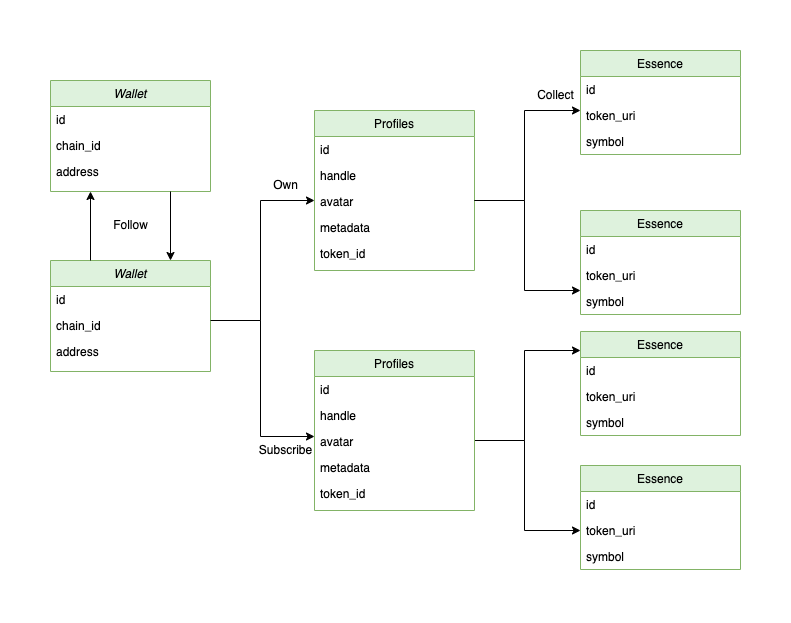
Earlier version of the draw.io export static/img/v2/query_schema.png (cyberconnecthq/cyberconnect-docs-v2). Source tidied: cells renumbered, new cells last; positions are measured from the earlier drawing's top-left corner, leaving out a move shared by most shapes. The source it was exported from:
```xml
<mxGraphModel>
  <root>
    <mxCell id="0" />
    <mxCell id="1" parent="0" />
    <mxCell id="2" style="edgeStyle=orthogonalEdgeStyle;rounded=0;jettySize=auto;html=1;entryX=0;entryY=0.5;entryDx=0;entryDy=0;" parent="1" edge="1" source="3">
      <mxGeometry relative="1" as="geometry">
        <mxPoint x="264" y="386" as="targetPoint" />
        <Array as="points">
          <mxPoint x="210" y="270" />
          <mxPoint x="210" y="386" />
        </Array>
      </mxGeometry>
    </mxCell>
    <mxCell id="3" value="Wallet" style="swimlane;fontStyle=2;align=center;verticalAlign=top;horizontal=1;startSize=26;rounded=0;shadow=0;strokeWidth=1;fillColor=#DEF2DD;strokeColor=#82b366;" parent="1" vertex="1">
      <mxGeometry y="210" width="160" height="111" as="geometry" />
    </mxCell>
    <mxCell id="4" value="id" style="text;align=left;verticalAlign=top;spacingLeft=4;spacingRight=4;overflow=hidden;" parent="3" vertex="1">
      <mxGeometry y="26" width="160" height="26" as="geometry" />
    </mxCell>
    <mxCell id="5" value="chain_id" style="text;align=left;verticalAlign=top;spacingLeft=4;spacingRight=4;overflow=hidden;rounded=0;shadow=0;html=0;" parent="3" vertex="1">
      <mxGeometry y="52" width="160" height="26" as="geometry" />
    </mxCell>
    <mxCell id="6" value="address" style="text;align=left;verticalAlign=top;spacingLeft=4;spacingRight=4;overflow=hidden;rounded=0;shadow=0;html=0;" parent="3" vertex="1">
      <mxGeometry y="78" width="160" height="26" as="geometry" />
    </mxCell>
    <mxCell id="7" value="Profiles" style="swimlane;fontStyle=0;align=center;verticalAlign=top;horizontal=1;startSize=26;rounded=0;shadow=0;strokeWidth=1;fillColor=#DEF2DD;strokeColor=#82b366;" parent="1" vertex="1">
      <mxGeometry x="264" y="60" width="160" height="160" as="geometry" />
    </mxCell>
    <mxCell id="8" value="id" style="text;align=left;verticalAlign=top;spacingLeft=4;spacingRight=4;overflow=hidden;" parent="7" vertex="1">
      <mxGeometry y="26" width="160" height="26" as="geometry" />
    </mxCell>
    <mxCell id="9" value="handle" style="text;align=left;verticalAlign=top;spacingLeft=4;spacingRight=4;overflow=hidden;rounded=0;shadow=0;html=0;" parent="7" vertex="1">
      <mxGeometry y="52" width="160" height="26" as="geometry" />
    </mxCell>
    <mxCell id="10" value="avatar" style="text;align=left;verticalAlign=top;spacingLeft=4;spacingRight=4;overflow=hidden;points=[[0,0.5],[1,0.5]];portConstraint=eastwest;rounded=0;shadow=0;html=0;" parent="7" vertex="1">
      <mxGeometry y="78" width="160" height="26" as="geometry" />
    </mxCell>
    <mxCell id="11" value="metadata" style="text;align=left;verticalAlign=top;spacingLeft=4;spacingRight=4;overflow=hidden;rounded=0;shadow=0;html=0;" parent="7" vertex="1">
      <mxGeometry y="104" width="160" height="26" as="geometry" />
    </mxCell>
    <mxCell id="12" value="token_id" style="text;align=left;verticalAlign=top;spacingLeft=4;spacingRight=4;overflow=hidden;rounded=0;shadow=0;html=0;" parent="7" vertex="1">
      <mxGeometry y="130" width="160" height="26" as="geometry" />
    </mxCell>
    <mxCell id="13" value="Own" style="text;html=1;align=center;verticalAlign=middle;strokeColor=none;fillColor=none;" parent="1" vertex="1">
      <mxGeometry x="210" y="120" width="50" height="30" as="geometry" />
    </mxCell>
    <mxCell id="14" value="Subscribe" style="text;html=1;align=center;verticalAlign=middle;strokeColor=none;fillColor=none;" parent="1" vertex="1">
      <mxGeometry x="195" y="385" width="80" height="30" as="geometry" />
    </mxCell>
    <mxCell id="15" style="edgeStyle=orthogonalEdgeStyle;rounded=0;orthogonalLoop=1;jettySize=auto;html=1;" parent="1" edge="1">
      <mxGeometry relative="1" as="geometry">
        <mxPoint x="424" y="150" as="sourcePoint" />
        <mxPoint x="530" y="60" as="targetPoint" />
        <Array as="points">
          <mxPoint x="474" y="150" />
          <mxPoint x="474" y="60" />
          <mxPoint x="528" y="60" />
        </Array>
      </mxGeometry>
    </mxCell>
    <mxCell id="16" style="edgeStyle=orthogonalEdgeStyle;rounded=0;orthogonalLoop=1;jettySize=auto;html=1;" parent="1" edge="1">
      <mxGeometry relative="1" as="geometry">
        <mxPoint x="424" y="150" as="sourcePoint" />
        <mxPoint x="530" y="240" as="targetPoint" />
        <Array as="points">
          <mxPoint x="474" y="150" />
          <mxPoint x="474" y="240" />
          <mxPoint x="530" y="240" />
        </Array>
      </mxGeometry>
    </mxCell>
    <mxCell id="17" style="edgeStyle=orthogonalEdgeStyle;rounded=0;orthogonalLoop=1;jettySize=auto;html=1;" parent="1" edge="1">
      <mxGeometry relative="1" as="geometry">
        <mxPoint x="424" y="390" as="sourcePoint" />
        <mxPoint x="530" y="480" as="targetPoint" />
        <Array as="points">
          <mxPoint x="474" y="390" />
          <mxPoint x="474" y="480" />
          <mxPoint x="530" y="480" />
        </Array>
      </mxGeometry>
    </mxCell>
    <mxCell id="18" style="edgeStyle=orthogonalEdgeStyle;rounded=0;orthogonalLoop=1;jettySize=auto;html=1;" parent="1" edge="1">
      <mxGeometry relative="1" as="geometry">
        <mxPoint x="424" y="390" as="sourcePoint" />
        <mxPoint x="530" y="300" as="targetPoint" />
        <Array as="points">
          <mxPoint x="474" y="390" />
          <mxPoint x="474" y="300" />
          <mxPoint x="528" y="300" />
        </Array>
      </mxGeometry>
    </mxCell>
    <mxCell id="19" value="Essence" style="swimlane;fontStyle=0;align=center;verticalAlign=top;horizontal=1;startSize=26;rounded=0;shadow=0;strokeWidth=1;fillColor=#DEF2DD;strokeColor=#82b366;" parent="1" vertex="1">
      <mxGeometry x="530" width="160" height="104" as="geometry" />
    </mxCell>
    <mxCell id="20" value="id" style="text;align=left;verticalAlign=top;spacingLeft=4;spacingRight=4;overflow=hidden;" parent="19" vertex="1">
      <mxGeometry y="26" width="160" height="26" as="geometry" />
    </mxCell>
    <mxCell id="21" value="token_uri" style="text;align=left;verticalAlign=top;spacingLeft=4;spacingRight=4;overflow=hidden;rounded=0;shadow=0;html=0;" parent="19" vertex="1">
      <mxGeometry y="52" width="160" height="26" as="geometry" />
    </mxCell>
    <mxCell id="22" value="symbol" style="text;align=left;verticalAlign=top;spacingLeft=4;spacingRight=4;overflow=hidden;rounded=0;shadow=0;html=0;" parent="19" vertex="1">
      <mxGeometry y="78" width="160" height="26" as="geometry" />
    </mxCell>
    <mxCell id="23" style="edgeStyle=orthogonalEdgeStyle;rounded=0;jettySize=auto;html=1;" parent="1" edge="1" target="10">
      <mxGeometry relative="1" as="geometry">
        <mxPoint x="160" y="270" as="sourcePoint" />
        <Array as="points">
          <mxPoint x="210" y="270" />
          <mxPoint x="210" y="150" />
        </Array>
      </mxGeometry>
    </mxCell>
    <mxCell id="24" value="Profiles" style="swimlane;fontStyle=0;align=center;verticalAlign=top;horizontal=1;startSize=26;rounded=0;shadow=0;strokeWidth=1;fillColor=#DEF2DD;strokeColor=#82b366;" parent="1" vertex="1">
      <mxGeometry x="264" y="300" width="160" height="160" as="geometry" />
    </mxCell>
    <mxCell id="25" value="id" style="text;align=left;verticalAlign=top;spacingLeft=4;spacingRight=4;overflow=hidden;" parent="24" vertex="1">
      <mxGeometry y="26" width="160" height="26" as="geometry" />
    </mxCell>
    <mxCell id="26" value="handle" style="text;align=left;verticalAlign=top;spacingLeft=4;spacingRight=4;overflow=hidden;rounded=0;shadow=0;html=0;" parent="24" vertex="1">
      <mxGeometry y="52" width="160" height="26" as="geometry" />
    </mxCell>
    <mxCell id="27" value="avatar" style="text;align=left;verticalAlign=top;spacingLeft=4;spacingRight=4;overflow=hidden;rounded=0;shadow=0;html=0;" parent="24" vertex="1">
      <mxGeometry y="78" width="160" height="26" as="geometry" />
    </mxCell>
    <mxCell id="28" value="metadata" style="text;align=left;verticalAlign=top;spacingLeft=4;spacingRight=4;overflow=hidden;rounded=0;shadow=0;html=0;" parent="24" vertex="1">
      <mxGeometry y="104" width="160" height="26" as="geometry" />
    </mxCell>
    <mxCell id="29" value="token_id" style="text;align=left;verticalAlign=top;spacingLeft=4;spacingRight=4;overflow=hidden;rounded=0;shadow=0;html=0;" parent="24" vertex="1">
      <mxGeometry y="130" width="160" height="26" as="geometry" />
    </mxCell>
    <mxCell id="30" value="Essence" style="swimlane;fontStyle=0;align=center;verticalAlign=top;horizontal=1;startSize=26;rounded=0;shadow=0;strokeWidth=1;fillColor=#DEF2DD;strokeColor=#82b366;" parent="1" vertex="1">
      <mxGeometry x="530" y="160" width="160" height="104" as="geometry" />
    </mxCell>
    <mxCell id="31" value="id" style="text;align=left;verticalAlign=top;spacingLeft=4;spacingRight=4;overflow=hidden;" parent="30" vertex="1">
      <mxGeometry y="26" width="160" height="26" as="geometry" />
    </mxCell>
    <mxCell id="32" value="token_uri" style="text;align=left;verticalAlign=top;spacingLeft=4;spacingRight=4;overflow=hidden;rounded=0;shadow=0;html=0;" parent="30" vertex="1">
      <mxGeometry y="52" width="160" height="26" as="geometry" />
    </mxCell>
    <mxCell id="33" value="symbol" style="text;align=left;verticalAlign=top;spacingLeft=4;spacingRight=4;overflow=hidden;rounded=0;shadow=0;html=0;" parent="30" vertex="1">
      <mxGeometry y="78" width="160" height="26" as="geometry" />
    </mxCell>
    <mxCell id="34" value="Essence" style="swimlane;fontStyle=0;align=center;verticalAlign=top;horizontal=1;startSize=26;rounded=0;shadow=0;strokeWidth=1;fillColor=#DEF2DD;strokeColor=#82b366;" parent="1" vertex="1">
      <mxGeometry x="530" y="281" width="160" height="104" as="geometry" />
    </mxCell>
    <mxCell id="35" value="id" style="text;align=left;verticalAlign=top;spacingLeft=4;spacingRight=4;overflow=hidden;" parent="34" vertex="1">
      <mxGeometry y="26" width="160" height="26" as="geometry" />
    </mxCell>
    <mxCell id="36" value="token_uri" style="text;align=left;verticalAlign=top;spacingLeft=4;spacingRight=4;overflow=hidden;rounded=0;shadow=0;html=0;" parent="34" vertex="1">
      <mxGeometry y="52" width="160" height="26" as="geometry" />
    </mxCell>
    <mxCell id="37" value="symbol" style="text;align=left;verticalAlign=top;spacingLeft=4;spacingRight=4;overflow=hidden;rounded=0;shadow=0;html=0;" parent="34" vertex="1">
      <mxGeometry y="78" width="160" height="26" as="geometry" />
    </mxCell>
    <mxCell id="38" value="Essence" style="swimlane;fontStyle=0;align=center;verticalAlign=top;horizontal=1;startSize=26;rounded=0;shadow=0;strokeWidth=1;fillColor=#DEF2DD;strokeColor=#82b366;" parent="1" vertex="1">
      <mxGeometry x="530" y="415" width="160" height="104" as="geometry" />
    </mxCell>
    <mxCell id="39" value="id" style="text;align=left;verticalAlign=top;spacingLeft=4;spacingRight=4;overflow=hidden;" parent="38" vertex="1">
      <mxGeometry y="26" width="160" height="26" as="geometry" />
    </mxCell>
    <mxCell id="40" value="token_uri" style="text;align=left;verticalAlign=top;spacingLeft=4;spacingRight=4;overflow=hidden;rounded=0;shadow=0;html=0;" parent="38" vertex="1">
      <mxGeometry y="52" width="160" height="26" as="geometry" />
    </mxCell>
    <mxCell id="41" value="symbol" style="text;align=left;verticalAlign=top;spacingLeft=4;spacingRight=4;overflow=hidden;points=[[0,0.5],[1,0.5]];portConstraint=eastwest;rounded=0;shadow=0;html=0;" parent="38" vertex="1">
      <mxGeometry y="78" width="160" height="26" as="geometry" />
    </mxCell>
    <mxCell id="42" value="Collect" style="text;html=1;align=center;verticalAlign=middle;strokeColor=none;fillColor=none;" parent="1" vertex="1">
      <mxGeometry x="475" y="30" width="60" height="30" as="geometry" />
    </mxCell>
    <mxCell id="43" value="Wallet" style="swimlane;fontStyle=2;align=center;verticalAlign=top;horizontal=1;startSize=26;rounded=0;shadow=0;strokeWidth=1;fillColor=#DEF2DD;strokeColor=#82b366;" parent="1" vertex="1">
      <mxGeometry y="30" width="160" height="111" as="geometry" />
    </mxCell>
    <mxCell id="44" value="id" style="text;align=left;verticalAlign=top;spacingLeft=4;spacingRight=4;overflow=hidden;" parent="43" vertex="1">
      <mxGeometry y="26" width="160" height="26" as="geometry" />
    </mxCell>
    <mxCell id="45" value="chain_id" style="text;align=left;verticalAlign=top;spacingLeft=4;spacingRight=4;overflow=hidden;rounded=0;shadow=0;html=0;" parent="43" vertex="1">
      <mxGeometry y="52" width="160" height="26" as="geometry" />
    </mxCell>
    <mxCell id="46" value="address" style="text;align=left;verticalAlign=top;spacingLeft=4;spacingRight=4;overflow=hidden;rounded=0;shadow=0;html=0;" parent="43" vertex="1">
      <mxGeometry y="78" width="160" height="26" as="geometry" />
    </mxCell>
    <mxCell id="47" style="endArrow=classic;html=1;rounded=0;entryX=0.25;entryY=1;entryDx=0;entryDy=0;exitX=0.25;exitY=0;exitDx=0;exitDy=0;" parent="1" edge="1" source="3" target="43">
      <mxGeometry relative="1" as="geometry" />
    </mxCell>
    <mxCell id="48" style="endArrow=classic;html=1;rounded=0;exitX=0.75;exitY=1;exitDx=0;exitDy=0;entryX=0.75;entryY=0;entryDx=0;entryDy=0;" parent="1" edge="1" source="43" target="3">
      <mxGeometry relative="1" as="geometry" />
    </mxCell>
    <mxCell id="49" value="&lt;font face=&quot;Helvetica&quot;&gt;Follow&lt;/font&gt;" style="text;html=1;align=center;verticalAlign=middle;strokeColor=none;fillColor=none;fontFamily=Times New Roman;" parent="1" vertex="1">
      <mxGeometry x="50" y="160" width="60" height="30" as="geometry" />
    </mxCell>
  </root>
</mxGraphModel>
```
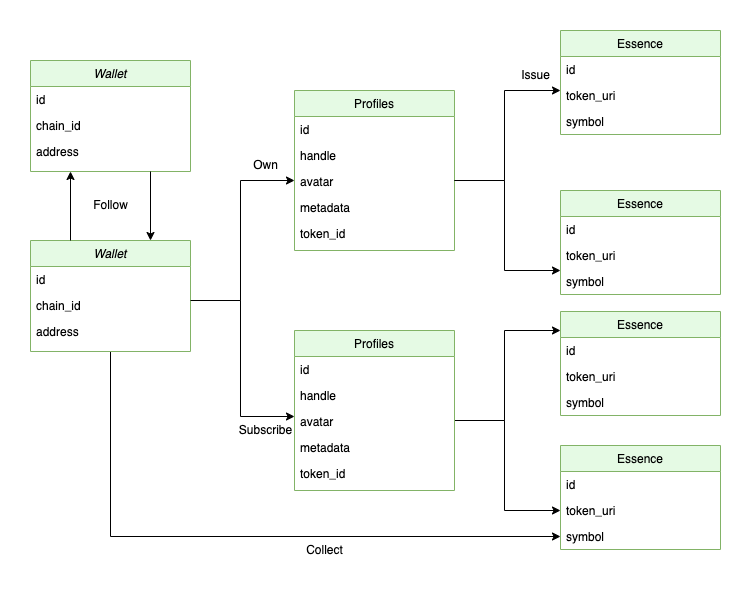
The same file after the commit.

Commit message:
Mod: schema chart

The edit, as a diff of the source:
```diff
@@ -11,7 +11,10 @@
         </Array>
       </mxGeometry>
     </mxCell>
+    <mxCell id="50" style="edgeStyle=orthogonalEdgeStyle;rounded=0;jettySize=auto;html=1;entryX=0;entryY=0.5;entryDx=0;entryDy=0;" parent="1" edge="1" source="3" target="41">
+      <mxGeometry relative="1" as="geometry" />
+    </mxCell>
-    <mxCell id="3" value="Wallet" style="swimlane;fontStyle=2;align=center;verticalAlign=top;horizontal=1;startSize=26;rounded=0;shadow=0;strokeWidth=1;fillColor=#DEF2DD;strokeColor=#82b366;" parent="1" vertex="1">
+    <mxCell id="3" value="Wallet" style="swimlane;fontStyle=2;align=center;verticalAlign=top;horizontal=1;startSize=26;rounded=0;shadow=0;strokeWidth=1;fillColor=#E5FAE4;strokeColor=#82b366;" parent="1" vertex="1">
       <mxGeometry y="210" width="160" height="111" as="geometry" />
     </mxCell>
     <mxCell id="4" value="id" style="text;align=left;verticalAlign=top;spacingLeft=4;spacingRight=4;overflow=hidden;" parent="3" vertex="1">
@@ -23,7 +26,7 @@
     <mxCell id="6" value="address" style="text;align=left;verticalAlign=top;spacingLeft=4;spacingRight=4;overflow=hidden;rounded=0;shadow=0;html=0;" parent="3" vertex="1">
       <mxGeometry y="78" width="160" height="26" as="geometry" />
     </mxCell>
-    <mxCell id="7" value="Profiles" style="swimlane;fontStyle=0;align=center;verticalAlign=top;horizontal=1;startSize=26;rounded=0;shadow=0;strokeWidth=1;fillColor=#DEF2DD;strokeColor=#82b366;" parent="1" vertex="1">
+    <mxCell id="7" value="Profiles" style="swimlane;fontStyle=0;align=center;verticalAlign=top;horizontal=1;startSize=26;rounded=0;shadow=0;strokeWidth=1;fillColor=#E5FAE4;strokeColor=#82b366;" parent="1" vertex="1">
       <mxGeometry x="264" y="60" width="160" height="160" as="geometry" />
     </mxCell>
     <mxCell id="8" value="id" style="text;align=left;verticalAlign=top;spacingLeft=4;spacingRight=4;overflow=hidden;" parent="7" vertex="1">
@@ -91,7 +94,7 @@
         </Array>
       </mxGeometry>
     </mxCell>
-    <mxCell id="19" value="Essence" style="swimlane;fontStyle=0;align=center;verticalAlign=top;horizontal=1;startSize=26;rounded=0;shadow=0;strokeWidth=1;fillColor=#DEF2DD;strokeColor=#82b366;" parent="1" vertex="1">
+    <mxCell id="19" value="Essence" style="swimlane;fontStyle=0;align=center;verticalAlign=top;horizontal=1;startSize=26;rounded=0;shadow=0;strokeWidth=1;fillColor=#E5FAE4;strokeColor=#82b366;" parent="1" vertex="1">
       <mxGeometry x="530" width="160" height="104" as="geometry" />
     </mxCell>
     <mxCell id="20" value="id" style="text;align=left;verticalAlign=top;spacingLeft=4;spacingRight=4;overflow=hidden;" parent="19" vertex="1">
@@ -112,7 +115,7 @@
         </Array>
       </mxGeometry>
     </mxCell>
-    <mxCell id="24" value="Profiles" style="swimlane;fontStyle=0;align=center;verticalAlign=top;horizontal=1;startSize=26;rounded=0;shadow=0;strokeWidth=1;fillColor=#DEF2DD;strokeColor=#82b366;" parent="1" vertex="1">
+    <mxCell id="24" value="Profiles" style="swimlane;fontStyle=0;align=center;verticalAlign=top;horizontal=1;startSize=26;rounded=0;shadow=0;strokeWidth=1;fillColor=#E5FAE4;strokeColor=#82b366;" parent="1" vertex="1">
       <mxGeometry x="264" y="300" width="160" height="160" as="geometry" />
     </mxCell>
     <mxCell id="25" value="id" style="text;align=left;verticalAlign=top;spacingLeft=4;spacingRight=4;overflow=hidden;" parent="24" vertex="1">
@@ -130,7 +133,7 @@
     <mxCell id="29" value="token_id" style="text;align=left;verticalAlign=top;spacingLeft=4;spacingRight=4;overflow=hidden;rounded=0;shadow=0;html=0;" parent="24" vertex="1">
       <mxGeometry y="130" width="160" height="26" as="geometry" />
     </mxCell>
-    <mxCell id="30" value="Essence" style="swimlane;fontStyle=0;align=center;verticalAlign=top;horizontal=1;startSize=26;rounded=0;shadow=0;strokeWidth=1;fillColor=#DEF2DD;strokeColor=#82b366;" parent="1" vertex="1">
+    <mxCell id="30" value="Essence" style="swimlane;fontStyle=0;align=center;verticalAlign=top;horizontal=1;startSize=26;rounded=0;shadow=0;strokeWidth=1;fillColor=#E5FAE4;strokeColor=#82b366;" parent="1" vertex="1">
       <mxGeometry x="530" y="160" width="160" height="104" as="geometry" />
     </mxCell>
     <mxCell id="31" value="id" style="text;align=left;verticalAlign=top;spacingLeft=4;spacingRight=4;overflow=hidden;" parent="30" vertex="1">
@@ -142,7 +145,7 @@
     <mxCell id="33" value="symbol" style="text;align=left;verticalAlign=top;spacingLeft=4;spacingRight=4;overflow=hidden;rounded=0;shadow=0;html=0;" parent="30" vertex="1">
       <mxGeometry y="78" width="160" height="26" as="geometry" />
     </mxCell>
-    <mxCell id="34" value="Essence" style="swimlane;fontStyle=0;align=center;verticalAlign=top;horizontal=1;startSize=26;rounded=0;shadow=0;strokeWidth=1;fillColor=#DEF2DD;strokeColor=#82b366;" parent="1" vertex="1">
+    <mxCell id="34" value="Essence" style="swimlane;fontStyle=0;align=center;verticalAlign=top;horizontal=1;startSize=26;rounded=0;shadow=0;strokeWidth=1;fillColor=#E5FAE4;strokeColor=#82b366;" parent="1" vertex="1">
       <mxGeometry x="530" y="281" width="160" height="104" as="geometry" />
     </mxCell>
     <mxCell id="35" value="id" style="text;align=left;verticalAlign=top;spacingLeft=4;spacingRight=4;overflow=hidden;" parent="34" vertex="1">
@@ -154,7 +157,7 @@
     <mxCell id="37" value="symbol" style="text;align=left;verticalAlign=top;spacingLeft=4;spacingRight=4;overflow=hidden;rounded=0;shadow=0;html=0;" parent="34" vertex="1">
       <mxGeometry y="78" width="160" height="26" as="geometry" />
     </mxCell>
-    <mxCell id="38" value="Essence" style="swimlane;fontStyle=0;align=center;verticalAlign=top;horizontal=1;startSize=26;rounded=0;shadow=0;strokeWidth=1;fillColor=#DEF2DD;strokeColor=#82b366;" parent="1" vertex="1">
+    <mxCell id="38" value="Essence" style="swimlane;fontStyle=0;align=center;verticalAlign=top;horizontal=1;startSize=26;rounded=0;shadow=0;strokeWidth=1;fillColor=#E5FAE4;strokeColor=#82b366;" parent="1" vertex="1">
       <mxGeometry x="530" y="415" width="160" height="104" as="geometry" />
     </mxCell>
     <mxCell id="39" value="id" style="text;align=left;verticalAlign=top;spacingLeft=4;spacingRight=4;overflow=hidden;" parent="38" vertex="1">
@@ -166,10 +169,10 @@
     <mxCell id="41" value="symbol" style="text;align=left;verticalAlign=top;spacingLeft=4;spacingRight=4;overflow=hidden;points=[[0,0.5],[1,0.5]];portConstraint=eastwest;rounded=0;shadow=0;html=0;" parent="38" vertex="1">
       <mxGeometry y="78" width="160" height="26" as="geometry" />
     </mxCell>
-    <mxCell id="42" value="Collect" style="text;html=1;align=center;verticalAlign=middle;strokeColor=none;fillColor=none;" parent="1" vertex="1">
-      <mxGeometry x="475" y="30" width="60" height="30" as="geometry" />
+    <mxCell id="42" value="Issue" style="text;html=1;align=center;verticalAlign=middle;strokeColor=none;fillColor=none;" parent="1" vertex="1">
+      <mxGeometry x="480" y="30" width="50" height="30" as="geometry" />
     </mxCell>
-    <mxCell id="43" value="Wallet" style="swimlane;fontStyle=2;align=center;verticalAlign=top;horizontal=1;startSize=26;rounded=0;shadow=0;strokeWidth=1;fillColor=#DEF2DD;strokeColor=#82b366;" parent="1" vertex="1">
+    <mxCell id="43" value="Wallet" style="swimlane;fontStyle=2;align=center;verticalAlign=top;horizontal=1;startSize=26;rounded=0;shadow=0;strokeWidth=1;fillColor=#E5FAE4;strokeColor=#82b366;" parent="1" vertex="1">
       <mxGeometry y="30" width="160" height="111" as="geometry" />
     </mxCell>
     <mxCell id="44" value="id" style="text;align=left;verticalAlign=top;spacingLeft=4;spacingRight=4;overflow=hidden;" parent="43" vertex="1">
@@ -190,5 +193,8 @@
     <mxCell id="49" value="&lt;font face=&quot;Helvetica&quot;&gt;Follow&lt;/font&gt;" style="text;html=1;align=center;verticalAlign=middle;strokeColor=none;fillColor=none;fontFamily=Times New Roman;" parent="1" vertex="1">
       <mxGeometry x="50" y="160" width="60" height="30" as="geometry" />
     </mxCell>
+    <mxCell id="51" value="Collect" style="text;html=1;align=center;verticalAlign=middle;strokeColor=none;fillColor=none;" parent="1" vertex="1">
+      <mxGeometry x="264" y="505" width="60" height="30" as="geometry" />
+    </mxCell>
   </root>
 </mxGraphModel>
```
